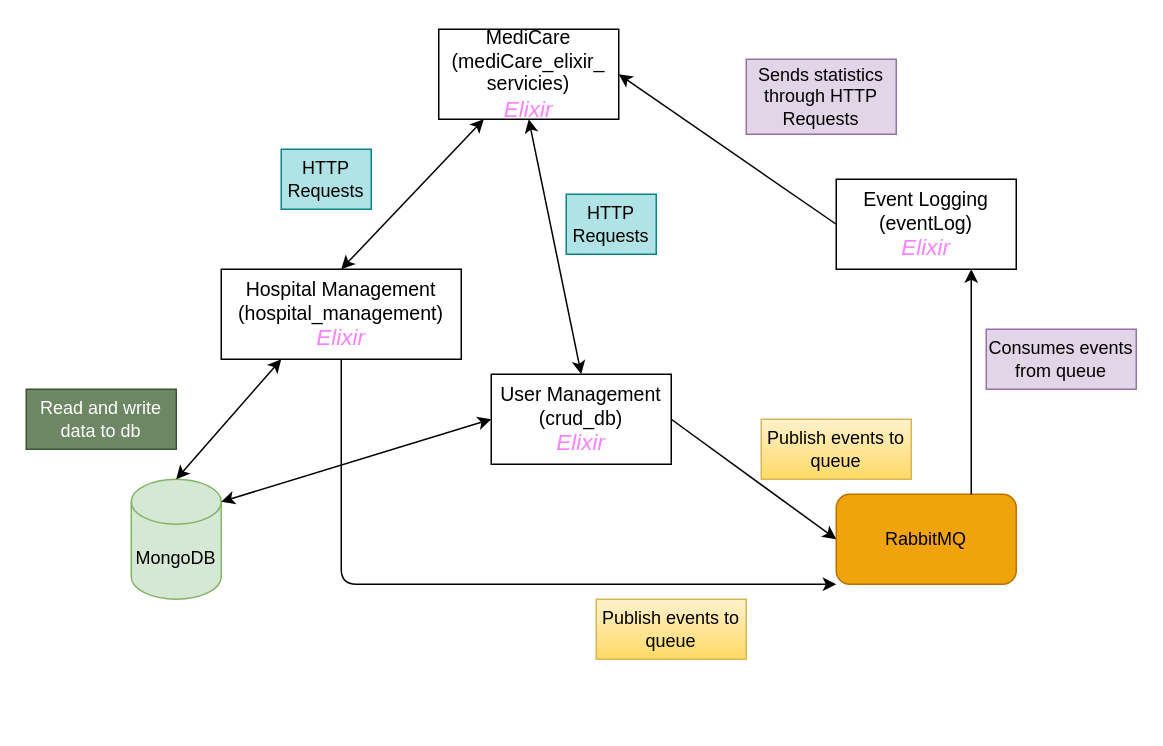
stefstef98/mediCare_elixir_services keeps this draw.io diagram as arhitecture/mediCare_elixir_arh.drawio. Above is the earlier version. Source tidied: cells renumbered, new cells numbered last; positions are measured from the earlier drawing's top-left corner, leaving out a move shared by most shapes. Both pictures are drawn from the tidied source at 150%, with x=0, y=0 at pixel (26, 28).
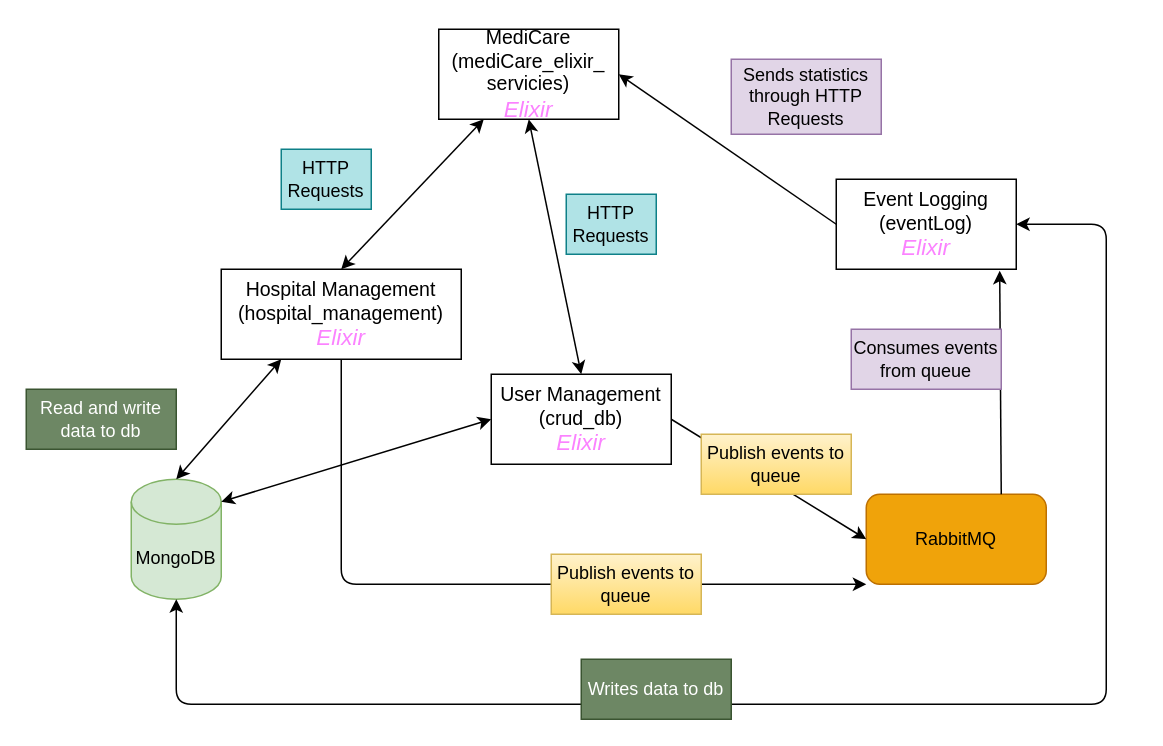
The same page after the edit.

Unchanged cells that the change refers to:
```xml
<mxCell id="4" value="MongoDB" style="shape=cylinder3;whiteSpace=wrap;html=1;boundedLbl=1;backgroundOutline=1;size=15;fillColor=#d5e8d4;strokeColor=#82b366;" parent="1" vertex="1">
  <mxGeometry x="70" y="300" width="60" height="80" as="geometry" />
</mxCell>
<mxCell id="18" value="&lt;font&gt;&lt;span style=&quot;font-size: 13px&quot;&gt;Event Logging (eventLog)&lt;/span&gt;&lt;br&gt;&lt;font style=&quot;font-size: 15px&quot; color=&quot;#fb82ff&quot;&gt;&lt;i&gt;Elixir&lt;/i&gt;&lt;/font&gt;&lt;/font&gt;" style="rounded=0;whiteSpace=wrap;html=1;" parent="1" vertex="1">
  <mxGeometry x="540" y="100" width="120" height="60" as="geometry" />
</mxCell>
```

What changed in the source:
```diff
@@
     <mxCell id="7" value="RabbitMQ" style="rounded=1;whiteSpace=wrap;html=1;fillColor=#f0a30a;strokeColor=#BD7000;fontColor=#000000;" parent="1" vertex="1">
-      <mxGeometry x="540" y="310" width="120" height="60" as="geometry" />
+      <mxGeometry x="560" y="310" width="120" height="60" as="geometry" />
     </mxCell>
@@
     <mxCell id="15" value="Publish events to queue" style="text;html=1;strokeColor=#d6b656;fillColor=#fff2cc;align=center;verticalAlign=middle;whiteSpace=wrap;rounded=0;gradientColor=#ffd966;" parent="1" vertex="1">
-      <mxGeometry x="380" y="380" width="100" height="40" as="geometry" />
+      <mxGeometry x="350" y="350" width="100" height="40" as="geometry" />
     </mxCell>
     <mxCell id="16" value="Publish events to queue" style="text;html=1;strokeColor=#d6b656;fillColor=#fff2cc;align=center;verticalAlign=middle;whiteSpace=wrap;rounded=0;gradientColor=#ffd966;" parent="1" vertex="1">
-      <mxGeometry x="490" y="260" width="100" height="40" as="geometry" />
+      <mxGeometry x="450" y="270" width="100" height="40" as="geometry" />
     </mxCell>
@@
-    <mxCell id="19" style="endArrow=classic;html=1;entryX=0.75;entryY=1;entryDx=0;entryDy=0;exitX=0.75;exitY=0;exitDx=0;exitDy=0;" parent="1" edge="1" source="7" target="18">
+    <mxCell id="19" style="endArrow=classic;html=1;entryX=0.908;entryY=1.017;entryDx=0;entryDy=0;exitX=0.75;exitY=0;exitDx=0;exitDy=0;entryPerimeter=0;" parent="1" edge="1" source="7" target="18">
       <mxGeometry relative="1" as="geometry" />
     </mxCell>
     <mxCell id="20" value="Consumes events from queue" style="text;html=1;strokeColor=#9673a6;fillColor=#e1d5e7;align=center;verticalAlign=middle;whiteSpace=wrap;rounded=0;" parent="1" vertex="1">
-      <mxGeometry x="640" y="200" width="100" height="40" as="geometry" />
+      <mxGeometry x="550" y="200" width="100" height="40" as="geometry" />
     </mxCell>
@@
     <mxCell id="22" value="Sends statistics through HTTP Requests" style="text;html=1;strokeColor=#9673a6;fillColor=#e1d5e7;align=center;verticalAlign=middle;whiteSpace=wrap;rounded=0;" parent="1" vertex="1">
-      <mxGeometry x="480" y="20" width="100" height="50" as="geometry" />
+      <mxGeometry x="470" y="20" width="100" height="50" as="geometry" />
     </mxCell>
+    <mxCell id="23" style="endArrow=classic;startArrow=classic;html=1;entryX=1;entryY=0.5;entryDx=0;entryDy=0;exitX=0.5;exitY=1;exitDx=0;exitDy=0;exitPerimeter=0;" parent="1" edge="1" source="4" target="18">
+      <mxGeometry relative="1" as="geometry">
+        <Array as="points">
+          <mxPoint x="100" y="450" />
+          <mxPoint x="720" y="450" />
+          <mxPoint x="720" y="130" />
+        </Array>
+      </mxGeometry>
+    </mxCell>
+    <mxCell id="24" value="Writes data to db" style="text;html=1;strokeColor=#3A5431;fillColor=#6d8764;align=center;verticalAlign=middle;whiteSpace=wrap;rounded=0;fontColor=#ffffff;" parent="1" vertex="1">
+      <mxGeometry x="370" y="420" width="100" height="40" as="geometry" />
+    </mxCell>
```
